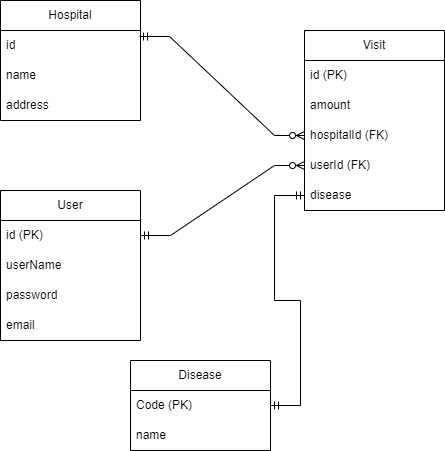
Above: assets/hospital-visit.drawio.png in Soyeong4250/springboot-mustache-bbs5 (draw.io), before the change. Source tidied: cells renumbered, new cells last; positions are measured from the earlier drawing's top-left corner, leaving out a move shared by most shapes.
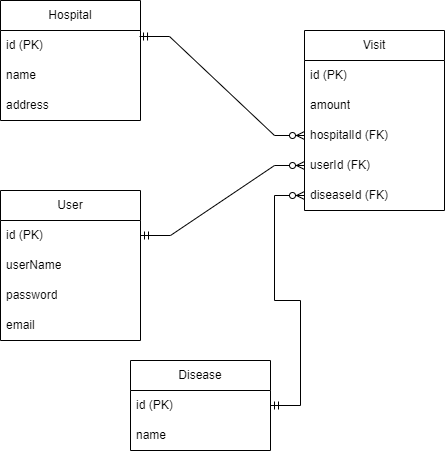
After the commit.

Commit message:
[Docs] IE 다이어그램 수정

The edit, as a diff of the source:
```diff
@@ -5,7 +5,7 @@
     <mxCell id="2" value="Hospital" style="swimlane;fontStyle=0;horizontal=1;startSize=30;whiteSpace=wrap;html=1;" parent="1" vertex="1">
       <mxGeometry width="140" height="120" as="geometry" />
     </mxCell>
-    <mxCell id="3" value="id" style="text;strokeColor=none;fillColor=none;align=left;verticalAlign=middle;spacingLeft=4;spacingRight=4;overflow=hidden;points=[[0,0.5],[1,0.5]];portConstraint=eastwest;whiteSpace=wrap;html=1;" parent="2" vertex="1">
+    <mxCell id="3" value="id (PK)" style="text;strokeColor=none;fillColor=none;align=left;verticalAlign=middle;spacingLeft=4;spacingRight=4;overflow=hidden;points=[[0,0.5],[1,0.5]];portConstraint=eastwest;whiteSpace=wrap;html=1;" parent="2" vertex="1">
       <mxGeometry y="30" width="140" height="30" as="geometry" />
     </mxCell>
     <mxCell id="4" value="name" style="text;strokeColor=none;fillColor=none;align=left;verticalAlign=middle;spacingLeft=4;spacingRight=4;overflow=hidden;whiteSpace=wrap;html=1;" parent="2" vertex="1">
@@ -29,13 +29,13 @@
     <mxCell id="10" value="userId (FK)" style="text;strokeColor=none;fillColor=none;align=left;verticalAlign=middle;spacingLeft=4;spacingRight=4;overflow=hidden;points=[[0,0.5],[1,0.5]];portConstraint=eastwest;whiteSpace=wrap;html=1;" parent="6" vertex="1">
       <mxGeometry y="120" width="140" height="30" as="geometry" />
     </mxCell>
-    <mxCell id="11" value="disease" style="text;strokeColor=none;fillColor=none;align=left;verticalAlign=middle;spacingLeft=4;spacingRight=4;overflow=hidden;points=[[0,0.5],[1,0.5]];portConstraint=eastwest;whiteSpace=wrap;html=1;" parent="6" vertex="1">
+    <mxCell id="11" value="diseaseId (FK)" style="text;strokeColor=none;fillColor=none;align=left;verticalAlign=middle;spacingLeft=4;spacingRight=4;overflow=hidden;points=[[0,0.5],[1,0.5]];portConstraint=eastwest;whiteSpace=wrap;html=1;" parent="6" vertex="1">
       <mxGeometry y="150" width="140" height="30" as="geometry" />
     </mxCell>
     <mxCell id="12" value="Disease" style="swimlane;fontStyle=0;horizontal=1;startSize=30;whiteSpace=wrap;html=1;" parent="1" vertex="1">
       <mxGeometry x="130" y="360" width="140" height="90" as="geometry" />
     </mxCell>
-    <mxCell id="13" value="Code (PK)" style="text;strokeColor=none;fillColor=none;align=left;verticalAlign=middle;spacingLeft=4;spacingRight=4;overflow=hidden;points=[[0,0.5],[1,0.5]];portConstraint=eastwest;whiteSpace=wrap;html=1;" parent="12" vertex="1">
+    <mxCell id="13" value="id (PK)" style="text;strokeColor=none;fillColor=none;align=left;verticalAlign=middle;spacingLeft=4;spacingRight=4;overflow=hidden;points=[[0,0.5],[1,0.5]];portConstraint=eastwest;whiteSpace=wrap;html=1;" parent="12" vertex="1">
       <mxGeometry y="30" width="140" height="30" as="geometry" />
     </mxCell>
     <mxCell id="14" value="name" style="text;strokeColor=none;fillColor=none;align=left;verticalAlign=middle;spacingLeft=4;spacingRight=4;overflow=hidden;whiteSpace=wrap;html=1;" parent="12" vertex="1">
@@ -62,7 +62,7 @@
     <mxCell id="21" style="edgeStyle=entityRelationEdgeStyle;fontSize=12;html=1;endArrow=ERzeroToMany;startArrow=ERmandOne;rounded=0;entryX=0;entryY=0.5;entryDx=0;entryDy=0;exitX=1;exitY=0.5;exitDx=0;exitDy=0;" parent="1" edge="1" source="16" target="10">
       <mxGeometry relative="1" as="geometry" />
     </mxCell>
-    <mxCell id="22" style="edgeStyle=entityRelationEdgeStyle;fontSize=12;html=1;endArrow=ERmandOne;startArrow=ERmandOne;rounded=0;entryX=0;entryY=0.5;entryDx=0;entryDy=0;exitX=1;exitY=0.5;exitDx=0;exitDy=0;" parent="1" edge="1" source="13" target="11">
+    <mxCell id="22" style="edgeStyle=entityRelationEdgeStyle;fontSize=12;html=1;endArrow=ERzeroToMany;startArrow=ERmandOne;rounded=0;entryX=0;entryY=0.5;entryDx=0;entryDy=0;exitX=1;exitY=0.5;exitDx=0;exitDy=0;" parent="1" edge="1" source="13" target="11">
       <mxGeometry relative="1" as="geometry" />
     </mxCell>
   </root>
```
